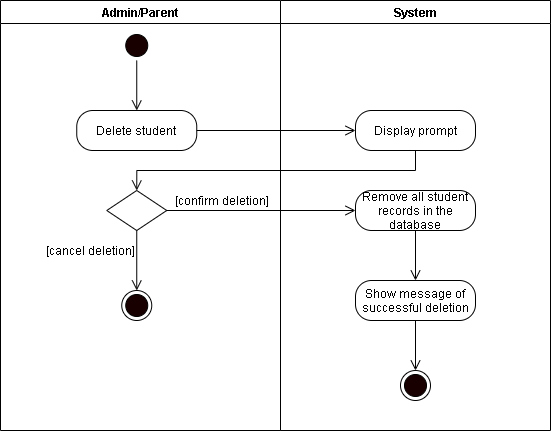
The draw.io diagram REVISIONS/UML-DIAGRAMS/6-9-2021/ACTIVITY DIAGRAM/2 - Delete Student.png in mrklglsn/CAPSTONE-FILES, before a commit. Source tidied: cells renumbered, new cells last; positions are measured from the earlier drawing's top-left corner, leaving out a move shared by most shapes. Source of this version:
```xml
<mxGraphModel>
  <root>
    <mxCell id="0" />
    <mxCell id="1" parent="0" />
    <mxCell id="2" value="Admin/Parent" style="swimlane;startSize=23;" parent="1" vertex="1">
      <mxGeometry width="280" height="430" as="geometry" />
    </mxCell>
    <mxCell id="3" style="edgeStyle=orthogonalEdgeStyle;rounded=0;jettySize=auto;html=1;exitX=0.5;exitY=1;exitDx=0;exitDy=0;entryX=0.5;entryY=0;entryDx=0;entryDy=0;endArrow=open;endFill=0;endSize=8;" parent="2" edge="1" source="4">
      <mxGeometry relative="1" as="geometry">
        <mxPoint x="136.2" y="110" as="targetPoint" />
      </mxGeometry>
    </mxCell>
    <mxCell id="4" style="ellipse;html=1;shape=startState;fillColor=#190000;" parent="2" vertex="1">
      <mxGeometry x="121.2" y="30" width="30" height="30" as="geometry" />
    </mxCell>
    <mxCell id="5" value="Delete student" style="rounded=1;whiteSpace=wrap;html=1;arcSize=40;" parent="2" vertex="1">
      <mxGeometry x="76.2" y="110" width="120" height="40" as="geometry" />
    </mxCell>
    <mxCell id="6" style="rhombus;whiteSpace=wrap;html=1;" parent="2" vertex="1">
      <mxGeometry x="106.2" y="190" width="60" height="40" as="geometry" />
    </mxCell>
    <mxCell id="7" value="[confirm deletion]" style="text;html=1;align=center;verticalAlign=middle;strokeColor=none;" parent="2" vertex="1">
      <mxGeometry x="166.2" y="190" width="110" height="20" as="geometry" />
    </mxCell>
    <mxCell id="8" value="[cancel deletion]" style="text;html=1;align=center;verticalAlign=middle;strokeColor=none;" parent="2" vertex="1">
      <mxGeometry x="40" y="240" width="100" height="20" as="geometry" />
    </mxCell>
    <mxCell id="9" style="ellipse;html=1;shape=endState;fillColor=#190000;" parent="2" vertex="1">
      <mxGeometry x="121.2" y="290" width="30" height="30" as="geometry" />
    </mxCell>
    <mxCell id="10" style="edgeStyle=orthogonalEdgeStyle;rounded=0;jettySize=auto;html=1;exitX=0.5;exitY=1;exitDx=0;exitDy=0;endArrow=open;endFill=0;endSize=8;entryX=0.5;entryY=0;entryDx=0;entryDy=0;" parent="2" edge="1" source="6" target="9">
      <mxGeometry relative="1" as="geometry" />
    </mxCell>
    <mxCell id="11" value="System" style="swimlane;" parent="1" vertex="1">
      <mxGeometry x="280" width="270" height="430" as="geometry" />
    </mxCell>
    <mxCell id="12" value="Display prompt" style="rounded=1;whiteSpace=wrap;html=1;arcSize=40;" parent="11" vertex="1">
      <mxGeometry x="75" y="110" width="120" height="40" as="geometry" />
    </mxCell>
    <mxCell id="13" value="Remove all student records in the database" style="rounded=1;whiteSpace=wrap;html=1;arcSize=40;" parent="11" vertex="1">
      <mxGeometry x="75" y="190" width="120" height="40" as="geometry" />
    </mxCell>
    <mxCell id="14" value="Show message of successful deletion" style="rounded=1;whiteSpace=wrap;html=1;arcSize=40;" parent="11" vertex="1">
      <mxGeometry x="75" y="280" width="120" height="40" as="geometry" />
    </mxCell>
    <mxCell id="15" style="ellipse;html=1;shape=endState;fillColor=#190000;" parent="11" vertex="1">
      <mxGeometry x="120" y="370" width="30" height="30" as="geometry" />
    </mxCell>
    <mxCell id="16" style="edgeStyle=orthogonalEdgeStyle;rounded=0;jettySize=auto;html=1;exitX=1;exitY=0.5;exitDx=0;exitDy=0;endArrow=open;endFill=0;endSize=8;entryX=0;entryY=0.5;entryDx=0;entryDy=0;" parent="1" edge="1" source="5" target="12">
      <mxGeometry relative="1" as="geometry" />
    </mxCell>
    <mxCell id="17" style="edgeStyle=orthogonalEdgeStyle;rounded=0;jettySize=auto;html=1;exitX=0.5;exitY=1;exitDx=0;exitDy=0;endArrow=open;endFill=0;endSize=8;entryX=0.5;entryY=0;entryDx=0;entryDy=0;" parent="1" edge="1" source="12" target="6">
      <mxGeometry relative="1" as="geometry" />
    </mxCell>
    <mxCell id="18" style="edgeStyle=orthogonalEdgeStyle;rounded=0;jettySize=auto;html=1;exitX=1;exitY=0.5;exitDx=0;exitDy=0;endArrow=open;endFill=0;endSize=8;entryX=0;entryY=0.5;entryDx=0;entryDy=0;" parent="1" edge="1" source="6" target="13">
      <mxGeometry relative="1" as="geometry" />
    </mxCell>
    <mxCell id="19" style="edgeStyle=orthogonalEdgeStyle;rounded=0;jettySize=auto;html=1;exitX=0.5;exitY=1;exitDx=0;exitDy=0;endArrow=open;endFill=0;endSize=8;" parent="1" edge="1" source="13">
      <mxGeometry relative="1" as="geometry">
        <mxPoint x="415" y="280" as="targetPoint" />
      </mxGeometry>
    </mxCell>
    <mxCell id="20" style="edgeStyle=orthogonalEdgeStyle;rounded=0;jettySize=auto;html=1;exitX=0.5;exitY=1;exitDx=0;exitDy=0;endArrow=open;endFill=0;endSize=8;" parent="1" edge="1" source="14">
      <mxGeometry relative="1" as="geometry">
        <mxPoint x="415" y="370" as="targetPoint" />
      </mxGeometry>
    </mxCell>
  </root>
</mxGraphModel>
```
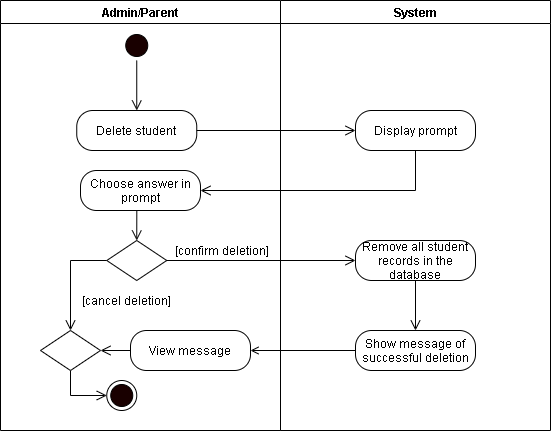
After the commit.

Change to the diagram source:
```diff
@@ -17,20 +17,38 @@
       <mxGeometry x="76.2" y="110" width="120" height="40" as="geometry" />
     </mxCell>
     <mxCell id="6" style="rhombus;whiteSpace=wrap;html=1;" parent="2" vertex="1">
-      <mxGeometry x="106.2" y="190" width="60" height="40" as="geometry" />
+      <mxGeometry x="106.2" y="240" width="60" height="40" as="geometry" />
     </mxCell>
     <mxCell id="7" value="[confirm deletion]" style="text;html=1;align=center;verticalAlign=middle;strokeColor=none;" parent="2" vertex="1">
-      <mxGeometry x="166.2" y="190" width="110" height="20" as="geometry" />
+      <mxGeometry x="166.2" y="240" width="110" height="20" as="geometry" />
     </mxCell>
     <mxCell id="8" value="[cancel deletion]" style="text;html=1;align=center;verticalAlign=middle;strokeColor=none;" parent="2" vertex="1">
-      <mxGeometry x="40" y="240" width="100" height="20" as="geometry" />
+      <mxGeometry x="76.2" y="290" width="100" height="20" as="geometry" />
     </mxCell>
     <mxCell id="9" style="ellipse;html=1;shape=endState;fillColor=#190000;" parent="2" vertex="1">
-      <mxGeometry x="121.2" y="290" width="30" height="30" as="geometry" />
+      <mxGeometry x="106.2" y="380" width="30" height="30" as="geometry" />
     </mxCell>
-    <mxCell id="10" style="edgeStyle=orthogonalEdgeStyle;rounded=0;jettySize=auto;html=1;exitX=0.5;exitY=1;exitDx=0;exitDy=0;endArrow=open;endFill=0;endSize=8;entryX=0.5;entryY=0;entryDx=0;entryDy=0;" parent="2" edge="1" source="6" target="9">
+    <mxCell id="10" style="edgeStyle=orthogonalEdgeStyle;rounded=0;jettySize=auto;html=1;exitX=0;exitY=0.5;exitDx=0;exitDy=0;endArrow=open;endFill=0;endSize=8;entryX=0.5;entryY=0;entryDx=0;entryDy=0;" parent="2" edge="1" source="6" target="26">
       <mxGeometry relative="1" as="geometry" />
     </mxCell>
+    <mxCell id="21" style="edgeStyle=orthogonalEdgeStyle;rounded=0;jettySize=auto;html=1;exitX=0.5;exitY=1;exitDx=0;exitDy=0;entryX=0.5;entryY=0;entryDx=0;entryDy=0;endArrow=open;endFill=0;endSize=8;" parent="2" edge="1" source="22" target="6">
+      <mxGeometry relative="1" as="geometry" />
+    </mxCell>
+    <mxCell id="22" value="Choose answer in prompt" style="rounded=1;whiteSpace=wrap;html=1;arcSize=40;" parent="2" vertex="1">
+      <mxGeometry x="80" y="170" width="120" height="40" as="geometry" />
+    </mxCell>
+    <mxCell id="23" style="edgeStyle=orthogonalEdgeStyle;rounded=0;jettySize=auto;html=1;exitX=0;exitY=0.5;exitDx=0;exitDy=0;entryX=1;entryY=0.5;entryDx=0;entryDy=0;endArrow=open;endFill=0;endSize=8;" parent="2" edge="1" source="24" target="26">
+      <mxGeometry relative="1" as="geometry" />
+    </mxCell>
+    <mxCell id="24" value="View message" style="rounded=1;whiteSpace=wrap;html=1;arcSize=40;" parent="2" vertex="1">
+      <mxGeometry x="130" y="330" width="120" height="40" as="geometry" />
+    </mxCell>
+    <mxCell id="25" style="edgeStyle=orthogonalEdgeStyle;rounded=0;jettySize=auto;html=1;exitX=0.5;exitY=1;exitDx=0;exitDy=0;entryX=0;entryY=0.5;entryDx=0;entryDy=0;endArrow=open;endFill=0;endSize=8;" parent="2" edge="1" source="26" target="9">
+      <mxGeometry relative="1" as="geometry" />
+    </mxCell>
+    <mxCell id="26" style="rhombus;whiteSpace=wrap;html=1;" parent="2" vertex="1">
+      <mxGeometry x="40" y="330" width="60" height="40" as="geometry" />
+    </mxCell>
     <mxCell id="11" value="System" style="swimlane;" parent="1" vertex="1">
       <mxGeometry x="280" width="270" height="430" as="geometry" />
     </mxCell>
@@ -38,32 +56,29 @@
       <mxGeometry x="75" y="110" width="120" height="40" as="geometry" />
     </mxCell>
     <mxCell id="13" value="Remove all student records in the database" style="rounded=1;whiteSpace=wrap;html=1;arcSize=40;" parent="11" vertex="1">
-      <mxGeometry x="75" y="190" width="120" height="40" as="geometry" />
+      <mxGeometry x="75" y="240" width="120" height="40" as="geometry" />
     </mxCell>
     <mxCell id="14" value="Show message of successful deletion" style="rounded=1;whiteSpace=wrap;html=1;arcSize=40;" parent="11" vertex="1">
-      <mxGeometry x="75" y="280" width="120" height="40" as="geometry" />
+      <mxGeometry x="75" y="330" width="120" height="40" as="geometry" />
     </mxCell>
-    <mxCell id="15" style="ellipse;html=1;shape=endState;fillColor=#190000;" parent="11" vertex="1">
-      <mxGeometry x="120" y="370" width="30" height="30" as="geometry" />
-    </mxCell>
     <mxCell id="16" style="edgeStyle=orthogonalEdgeStyle;rounded=0;jettySize=auto;html=1;exitX=1;exitY=0.5;exitDx=0;exitDy=0;endArrow=open;endFill=0;endSize=8;entryX=0;entryY=0.5;entryDx=0;entryDy=0;" parent="1" edge="1" source="5" target="12">
       <mxGeometry relative="1" as="geometry" />
     </mxCell>
-    <mxCell id="17" style="edgeStyle=orthogonalEdgeStyle;rounded=0;jettySize=auto;html=1;exitX=0.5;exitY=1;exitDx=0;exitDy=0;endArrow=open;endFill=0;endSize=8;entryX=0.5;entryY=0;entryDx=0;entryDy=0;" parent="1" edge="1" source="12" target="6">
-      <mxGeometry relative="1" as="geometry" />
-    </mxCell>
     <mxCell id="18" style="edgeStyle=orthogonalEdgeStyle;rounded=0;jettySize=auto;html=1;exitX=1;exitY=0.5;exitDx=0;exitDy=0;endArrow=open;endFill=0;endSize=8;entryX=0;entryY=0.5;entryDx=0;entryDy=0;" parent="1" edge="1" source="6" target="13">
       <mxGeometry relative="1" as="geometry" />
     </mxCell>
     <mxCell id="19" style="edgeStyle=orthogonalEdgeStyle;rounded=0;jettySize=auto;html=1;exitX=0.5;exitY=1;exitDx=0;exitDy=0;endArrow=open;endFill=0;endSize=8;" parent="1" edge="1" source="13">
       <mxGeometry relative="1" as="geometry">
-        <mxPoint x="415" y="280" as="targetPoint" />
+        <mxPoint x="415" y="330" as="targetPoint" />
       </mxGeometry>
     </mxCell>
-    <mxCell id="20" style="edgeStyle=orthogonalEdgeStyle;rounded=0;jettySize=auto;html=1;exitX=0.5;exitY=1;exitDx=0;exitDy=0;endArrow=open;endFill=0;endSize=8;" parent="1" edge="1" source="14">
-      <mxGeometry relative="1" as="geometry">
-        <mxPoint x="415" y="370" as="targetPoint" />
-      </mxGeometry>
-    </mxCell>
+    <mxCell id="27" style="edgeStyle=orthogonalEdgeStyle;rounded=0;jettySize=auto;html=1;exitX=0.5;exitY=1;exitDx=0;exitDy=0;entryX=1;entryY=0.5;entryDx=0;entryDy=0;endArrow=open;endFill=0;endSize=8;" parent="1" edge="1" source="12" target="22">
+      <mxGeometry relative="1" as="geometry" />
+    </mxCell>
+    <mxCell id="28" style="edgeStyle=orthogonalEdgeStyle;rounded=0;jettySize=auto;html=1;exitX=0;exitY=0.5;exitDx=0;exitDy=0;endArrow=open;endFill=0;" parent="1" edge="1" source="14">
+      <mxGeometry relative="1" as="geometry">
+        <mxPoint x="250" y="350" as="targetPoint" />
+      </mxGeometry>
+    </mxCell>
   </root>
 </mxGraphModel>
```
